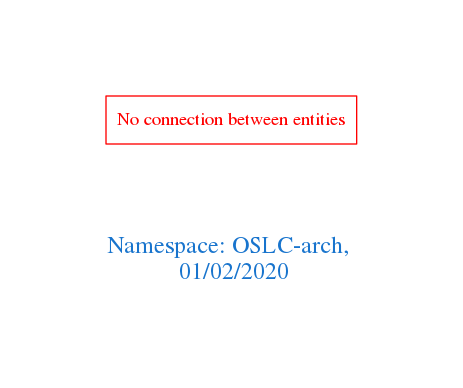
Earlier version of the Graphviz export downloads/OSLC-arch.png (arago/OGIT). Its source is kept beside it as downloads/OSLC-arch.dot.
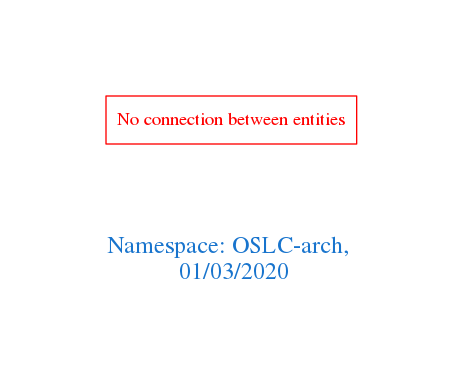
The same diagram one commit later.

Change to the diagram source:
```diff
@@ -1,7 +1,7 @@
 digraph OGIT_ontology {
  graph [ rankdir= LR,pad=1
 fontsize = 18,
-fontcolor= dodgerblue3,label = "\n\n\nNamespace: OSLC-arch, \n 01/02/2020"];
+fontcolor= dodgerblue3,label = "\n\n\nNamespace: OSLC-arch, \n 01/03/2020"];
 node[shape=polygon];
 edge [  color="gray81"];
 
```
